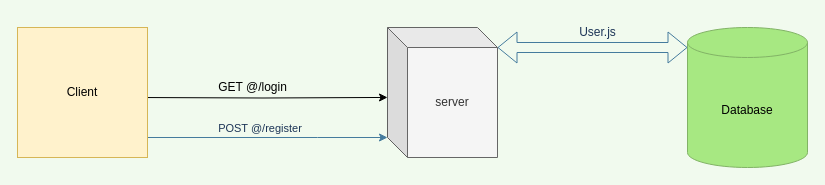
Above: structure.drawio in texasminus/user-crud (draw.io), before the change. Source tidied: cells renumbered, new cells numbered last; positions are measured from the earlier drawing's top-left corner, leaving out a move shared by most shapes. Both pictures are drawn from the tidied source at 100%, with x=0, y=0 at pixel (17, 17).
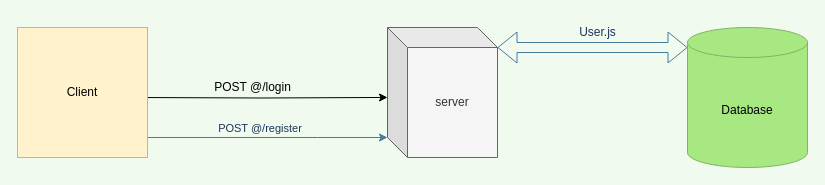
The same diagram, later.

Commit message:
login post

Change to the diagram source:
```diff
@@
 <mxGraphModel background="#F1FAEE">
   <root>
     <mxCell id="0" />
     <mxCell id="1" parent="0" />
     <mxCell id="2" value="Database" style="shape=cylinder3;whiteSpace=wrap;html=1;boundedLbl=1;backgroundOutline=1;size=15;fillColor=#A7E882;strokeColor=#82b366;gradientColor=none;" parent="1" vertex="1">
       <mxGeometry x="670" y="10" width="120" height="140" as="geometry" />
     </mxCell>
     <mxCell id="3" value="server" style="shape=cube;whiteSpace=wrap;html=1;boundedLbl=1;backgroundOutline=1;darkOpacity=0.05;darkOpacity2=0.1;fillColor=#f5f5f5;fontColor=#333333;strokeColor=#666666;" parent="1" vertex="1">
       <mxGeometry x="370" y="10" width="110" height="130" as="geometry" />
     </mxCell>
     <mxCell id="4" value="User.js" style="text;html=1;align=center;verticalAlign=middle;strokeColor=none;fillColor=none;fontColor=#1D3557;" parent="1" vertex="1">
       <mxGeometry x="550" width="60" height="30" as="geometry" />
     </mxCell>
     <mxCell id="5" style="edgeStyle=orthogonalEdgeStyle;rounded=0;jettySize=auto;html=1;labelBackgroundColor=#F1FAEE;strokeColor=#457B9D;fontColor=#1D3557;" parent="1" edge="1" source="8" target="3">
       <mxGeometry relative="1" as="geometry">
         <Array as="points">
           <mxPoint x="300" y="120" />
           <mxPoint x="300" y="120" />
         </Array>
       </mxGeometry>
     </mxCell>
     <mxCell id="6" value="POST @/register&amp;nbsp;" style="edgeLabel;html=1;align=center;verticalAlign=middle;labelBackgroundColor=#F1FAEE;fontColor=#1D3557;" parent="5" vertex="1">
       <mxGeometry x="0.32" y="3" relative="1" as="geometry">
         <mxPoint x="-45" y="-7" as="offset" />
       </mxGeometry>
     </mxCell>
     <mxCell id="7" style="edgeStyle=orthogonalEdgeStyle;rounded=0;jettySize=auto;html=1;entryX=0;entryY=0.538;entryDx=0;entryDy=0;entryPerimeter=0;" parent="1" edge="1" target="3">
       <mxGeometry relative="1" as="geometry">
         <mxPoint x="120" y="80" as="sourcePoint" />
       </mxGeometry>
     </mxCell>
     <mxCell id="8" value="Client" style="whiteSpace=wrap;html=1;fillColor=#fff2cc;strokeColor=#d6b656;" parent="1" vertex="1">
       <mxGeometry y="10" width="130" height="130" as="geometry" />
     </mxCell>
     <mxCell id="9" style="shape=flexArrow;endArrow=classic;startArrow=classic;html=1;rounded=0;labelBackgroundColor=#F1FAEE;strokeColor=#457B9D;fontColor=#1D3557;" parent="1" edge="1">
       <mxGeometry relative="1" as="geometry">
         <mxPoint x="480" y="30" as="sourcePoint" />
         <mxPoint x="670" y="30" as="targetPoint" />
       </mxGeometry>
     </mxCell>
-    <mxCell id="10" value="GET @/login" style="text;html=1;align=center;verticalAlign=middle;strokeColor=none;fillColor=none;" parent="1" vertex="1">
-      <mxGeometry x="190" y="55" width="90" height="30" as="geometry" />
+    <mxCell id="10" value="POST @/login" style="text;html=1;align=center;verticalAlign=middle;strokeColor=none;fillColor=none;" parent="1" vertex="1">
+      <mxGeometry x="185" y="55" width="100" height="30" as="geometry" />
     </mxCell>
   </root>
 </mxGraphModel>
```
